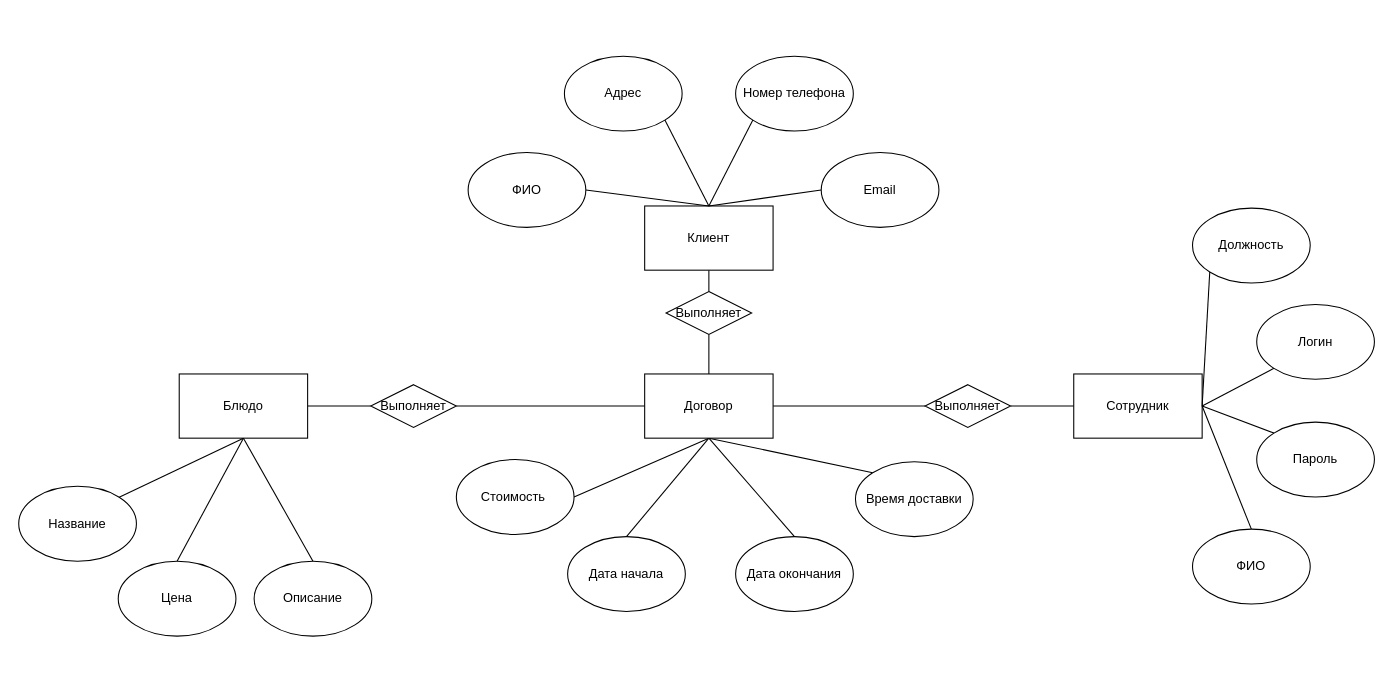
Above: 10/концептуальая модель.drawio in sh141ro-god/vanya (draw.io), before the change. Source tidied: cells renumbered, new cells numbered last; positions are measured from the earlier drawing's top-left corner, leaving out a move shared by most shapes. Both pictures are drawn from the tidied source at 107%, with x=0, y=0 at pixel (18, 56).
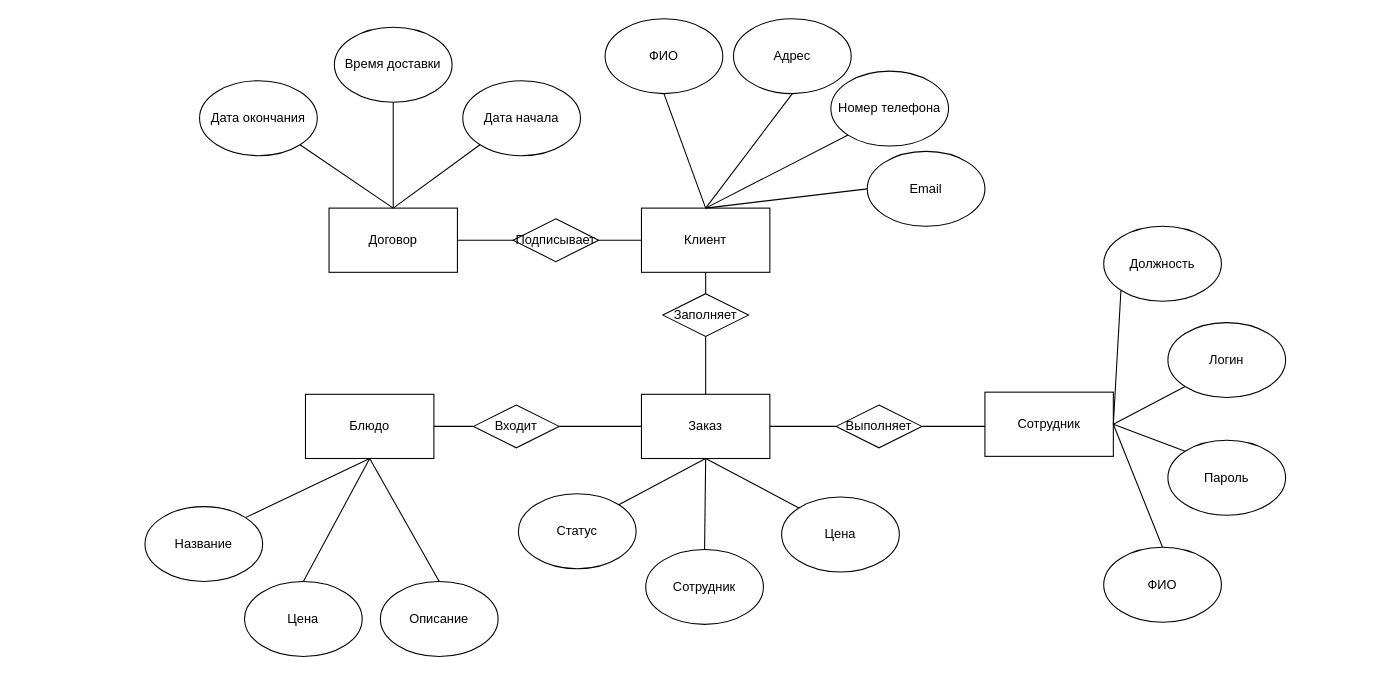
The same page after the edit.

Change to the diagram source:
```diff
@@
+    <mxCell id="45" style="rounded=0;jettySize=auto;html=1;exitX=0.5;exitY=0;exitDx=0;exitDy=0;entryX=0.5;entryY=1;entryDx=0;entryDy=0;endArrow=none;endFill=0;" parent="1" edge="1" source="3" target="7">
+      <mxGeometry relative="1" as="geometry" />
+    </mxCell>
+    <mxCell id="46" style="edgeStyle=orthogonalEdgeStyle;rounded=0;jettySize=auto;html=1;exitX=0;exitY=0.5;exitDx=0;exitDy=0;entryX=1;entryY=0.5;entryDx=0;entryDy=0;endArrow=none;endFill=0;" parent="1" edge="1" source="3" target="61">
+      <mxGeometry relative="1" as="geometry" />
+    </mxCell>
     <mxCell id="3" value="Клиент" style="rounded=0;whiteSpace=wrap;html=1;" parent="1" vertex="1">
-      <mxGeometry x="585" y="140" width="120" height="60" as="geometry" />
+      <mxGeometry x="582" y="142" width="120" height="60" as="geometry" />
     </mxCell>
-    <mxCell id="4" style="rounded=0;jettySize=auto;html=1;exitX=1;exitY=0.5;exitDx=0;exitDy=0;entryX=0.5;entryY=0;entryDx=0;entryDy=0;endArrow=none;endFill=0;" parent="1" edge="1" source="5" target="3">
+    <mxCell id="4" style="rounded=0;jettySize=auto;html=1;exitX=0.5;exitY=1;exitDx=0;exitDy=0;entryX=0.5;entryY=0;entryDx=0;entryDy=0;endArrow=none;endFill=0;" parent="1" edge="1" source="5" target="3">
       <mxGeometry relative="1" as="geometry" />
     </mxCell>
     <mxCell id="5" value="ФИО" style="ellipse;whiteSpace=wrap;html=1;" parent="1" vertex="1">
-      <mxGeometry x="420" y="90" width="110" height="70" as="geometry" />
+      <mxGeometry x="548" y="-35" width="110" height="70" as="geometry" />
     </mxCell>
-    <mxCell id="6" style="rounded=0;jettySize=auto;html=1;exitX=1;exitY=1;exitDx=0;exitDy=0;entryX=0.5;entryY=0;entryDx=0;entryDy=0;endArrow=none;endFill=0;" parent="1" edge="1" source="7" target="3">
-      <mxGeometry relative="1" as="geometry" />
-    </mxCell>
     <mxCell id="7" value="Адрес" style="ellipse;whiteSpace=wrap;html=1;" parent="1" vertex="1">
-      <mxGeometry x="510" width="110" height="70" as="geometry" />
+      <mxGeometry x="668" y="-35" width="110" height="70" as="geometry" />
     </mxCell>
@@
     <mxCell id="9" value="Номер телефона" style="ellipse;whiteSpace=wrap;html=1;" parent="1" vertex="1">
-      <mxGeometry x="670" width="110" height="70" as="geometry" />
+      <mxGeometry x="759" y="14" width="110" height="70" as="geometry" />
     </mxCell>
@@
     <mxCell id="11" value="Email" style="ellipse;whiteSpace=wrap;html=1;" parent="1" vertex="1">
-      <mxGeometry x="750" y="90" width="110" height="70" as="geometry" />
+      <mxGeometry x="793" y="89" width="110" height="70" as="geometry" />
     </mxCell>
     <mxCell id="12" value="Сотрудник" style="rounded=0;whiteSpace=wrap;html=1;" parent="1" vertex="1">
-      <mxGeometry x="986" y="297" width="120" height="60" as="geometry" />
+      <mxGeometry x="903" y="314" width="120" height="60" as="geometry" />
     </mxCell>
@@
     <mxCell id="14" value="ФИО" style="ellipse;whiteSpace=wrap;html=1;" parent="1" vertex="1">
-      <mxGeometry x="1097" y="442" width="110" height="70" as="geometry" />
+      <mxGeometry x="1014" y="459" width="110" height="70" as="geometry" />
     </mxCell>
@@
     <mxCell id="16" value="Пароль" style="ellipse;whiteSpace=wrap;html=1;" parent="1" vertex="1">
-      <mxGeometry x="1157" y="342" width="110" height="70" as="geometry" />
+      <mxGeometry x="1074" y="359" width="110" height="70" as="geometry" />
     </mxCell>
@@
     <mxCell id="18" value="Логин" style="ellipse;whiteSpace=wrap;html=1;" parent="1" vertex="1">
-      <mxGeometry x="1157" y="232" width="110" height="70" as="geometry" />
+      <mxGeometry x="1074" y="249" width="110" height="70" as="geometry" />
     </mxCell>
@@
     <mxCell id="20" value="Должность" style="ellipse;whiteSpace=wrap;html=1;" parent="1" vertex="1">
-      <mxGeometry x="1097" y="142" width="110" height="70" as="geometry" />
+      <mxGeometry x="1014" y="159" width="110" height="70" as="geometry" />
     </mxCell>
@@
     <mxCell id="22" value="Блюдо" style="rounded=0;whiteSpace=wrap;html=1;" parent="1" vertex="1">
-      <mxGeometry x="150" y="297" width="120" height="60" as="geometry" />
+      <mxGeometry x="268" y="316" width="120" height="60" as="geometry" />
     </mxCell>
@@
     <mxCell id="24" value="Название" style="ellipse;whiteSpace=wrap;html=1;" parent="1" vertex="1">
-      <mxGeometry y="402" width="110" height="70" as="geometry" />
+      <mxGeometry x="118" y="421" width="110" height="70" as="geometry" />
     </mxCell>
@@
     <mxCell id="26" value="Цена" style="ellipse;whiteSpace=wrap;html=1;" parent="1" vertex="1">
-      <mxGeometry x="93" y="472" width="110" height="70" as="geometry" />
+      <mxGeometry x="211" y="491" width="110" height="70" as="geometry" />
     </mxCell>
@@
     <mxCell id="28" value="Описание" style="ellipse;whiteSpace=wrap;html=1;" parent="1" vertex="1">
-      <mxGeometry x="220" y="472" width="110" height="70" as="geometry" />
+      <mxGeometry x="338" y="491" width="110" height="70" as="geometry" />
     </mxCell>
-    <mxCell id="29" style="rounded=0;jettySize=auto;html=1;exitX=1;exitY=0.5;exitDx=0;exitDy=0;entryX=0;entryY=0.5;entryDx=0;entryDy=0;endArrow=none;endFill=0;" parent="1" edge="1" source="40" target="12">
-      <mxGeometry relative="1" as="geometry" />
+    <mxCell id="29" style="rounded=0;jettySize=auto;html=1;exitX=1;exitY=0.5;exitDx=0;exitDy=0;entryX=0;entryY=0.5;entryDx=0;entryDy=0;endArrow=none;endFill=0;" parent="1" edge="1" source="40">
+      <mxGeometry relative="1" as="geometry">
+        <mxPoint x="903" y="346" as="targetPoint" />
+      </mxGeometry>
     </mxCell>
-    <mxCell id="30" style="edgeStyle=none;curved=1;rounded=0;jettySize=auto;html=1;exitX=1;exitY=0.5;exitDx=0;exitDy=0;entryX=0;entryY=0.5;entryDx=0;entryDy=0;fontSize=12;startSize=8;endSize=8;endArrow=none;endFill=0;" parent="1" edge="1" source="35" target="40">
-      <mxGeometry relative="1" as="geometry" />
-    </mxCell>
-    <mxCell id="31" style="edgeStyle=none;curved=1;rounded=0;jettySize=auto;html=1;exitX=0.5;exitY=1;exitDx=0;exitDy=0;entryX=1;entryY=0.5;entryDx=0;entryDy=0;fontSize=12;startSize=8;endSize=8;endArrow=none;endFill=0;" parent="1" edge="1" source="35" target="41">
-      <mxGeometry relative="1" as="geometry" />
-    </mxCell>
-    <mxCell id="32" style="edgeStyle=none;curved=1;rounded=0;jettySize=auto;html=1;exitX=0.5;exitY=1;exitDx=0;exitDy=0;entryX=0.5;entryY=0;entryDx=0;entryDy=0;fontSize=12;startSize=8;endSize=8;endArrow=none;endFill=0;" parent="1" edge="1" source="35" target="42">
-      <mxGeometry relative="1" as="geometry" />
-    </mxCell>
-    <mxCell id="33" style="edgeStyle=none;curved=1;rounded=0;jettySize=auto;html=1;exitX=0.5;exitY=1;exitDx=0;exitDy=0;entryX=0.5;entryY=0;entryDx=0;entryDy=0;fontSize=12;startSize=8;endSize=8;endArrow=none;endFill=0;" parent="1" edge="1" source="35" target="43">
-      <mxGeometry relative="1" as="geometry" />
-    </mxCell>
-    <mxCell id="34" style="edgeStyle=none;curved=1;rounded=0;jettySize=auto;html=1;exitX=0.5;exitY=1;exitDx=0;exitDy=0;entryX=0;entryY=0;entryDx=0;entryDy=0;fontSize=12;startSize=8;endSize=8;endArrow=none;endFill=0;" parent="1" edge="1" source="35" target="44">
-      <mxGeometry relative="1" as="geometry" />
-    </mxCell>
     <mxCell id="35" value="Договор" style="rounded=0;whiteSpace=wrap;html=1;" parent="1" vertex="1">
-      <mxGeometry x="585" y="297" width="120" height="60" as="geometry" />
+      <mxGeometry x="290" y="142" width="120" height="60" as="geometry" />
     </mxCell>
-    <mxCell id="36" style="edgeStyle=none;curved=1;rounded=0;jettySize=auto;html=1;exitX=0.5;exitY=1;exitDx=0;exitDy=0;entryX=0.5;entryY=0;entryDx=0;entryDy=0;fontSize=12;startSize=8;endSize=8;endArrow=none;endFill=0;" parent="1" edge="1" source="37" target="35">
-      <mxGeometry relative="1" as="geometry" />
-    </mxCell>
+    <mxCell id="47" style="rounded=0;jettySize=auto;html=1;exitX=0.5;exitY=1;exitDx=0;exitDy=0;entryX=0.5;entryY=0;entryDx=0;entryDy=0;endArrow=none;endFill=0;" parent="1" edge="1" source="37" target="56">
+      <mxGeometry relative="1" as="geometry" />
+    </mxCell>
-    <mxCell id="37" value="Выполняет" style="rhombus;whiteSpace=wrap;html=1;" parent="1" vertex="1">
-      <mxGeometry x="605" y="220" width="80" height="40" as="geometry" />
+    <mxCell id="37" value="Заполняет" style="rhombus;whiteSpace=wrap;html=1;" parent="1" vertex="1">
+      <mxGeometry x="602" y="222" width="80" height="40" as="geometry" />
     </mxCell>
-    <mxCell id="38" style="edgeStyle=none;curved=1;rounded=0;jettySize=auto;html=1;exitX=1;exitY=0.5;exitDx=0;exitDy=0;entryX=0;entryY=0.5;entryDx=0;entryDy=0;fontSize=12;startSize=8;endSize=8;endArrow=none;endFill=0;" parent="1" edge="1" source="39" target="35">
-      <mxGeometry relative="1" as="geometry" />
-    </mxCell>
+    <mxCell id="48" style="edgeStyle=orthogonalEdgeStyle;rounded=0;jettySize=auto;html=1;exitX=1;exitY=0.5;exitDx=0;exitDy=0;entryX=0;entryY=0.5;entryDx=0;entryDy=0;endArrow=none;endFill=0;" parent="1" edge="1" source="39" target="56">
+      <mxGeometry relative="1" as="geometry" />
+    </mxCell>
-    <mxCell id="39" value="Выполняет" style="rhombus;whiteSpace=wrap;html=1;" parent="1" vertex="1">
-      <mxGeometry x="329" y="307" width="80" height="40" as="geometry" />
+    <mxCell id="39" value="Входит" style="rhombus;whiteSpace=wrap;html=1;" parent="1" vertex="1">
+      <mxGeometry x="425" y="326" width="80" height="40" as="geometry" />
     </mxCell>
     <mxCell id="40" value="Выполняет" style="rhombus;whiteSpace=wrap;html=1;" parent="1" vertex="1">
-      <mxGeometry x="847" y="307" width="80" height="40" as="geometry" />
+      <mxGeometry x="764" y="326" width="80" height="40" as="geometry" />
     </mxCell>
-    <mxCell id="41" value="Стоимость&amp;nbsp;" style="ellipse;whiteSpace=wrap;html=1;" parent="1" vertex="1">
-      <mxGeometry x="409" y="377" width="110" height="70" as="geometry" />
-    </mxCell>
+    <mxCell id="49" style="rounded=0;jettySize=auto;html=1;exitX=0;exitY=1;exitDx=0;exitDy=0;entryX=0.5;entryY=0;entryDx=0;entryDy=0;endArrow=none;endFill=0;" parent="1" edge="1" source="42" target="35">
+      <mxGeometry relative="1" as="geometry" />
+    </mxCell>
     <mxCell id="42" value="Дата начала" style="ellipse;whiteSpace=wrap;html=1;" parent="1" vertex="1">
-      <mxGeometry x="513" y="449" width="110" height="70" as="geometry" />
+      <mxGeometry x="415" y="23" width="110" height="70" as="geometry" />
     </mxCell>
+    <mxCell id="50" style="rounded=0;jettySize=auto;html=1;exitX=1;exitY=1;exitDx=0;exitDy=0;entryX=0.5;entryY=0;entryDx=0;entryDy=0;endArrow=none;endFill=0;" parent="1" edge="1" source="43" target="35">
+      <mxGeometry relative="1" as="geometry" />
+    </mxCell>
     <mxCell id="43" value="Дата окончания" style="ellipse;whiteSpace=wrap;html=1;" parent="1" vertex="1">
-      <mxGeometry x="670" y="449" width="110" height="70" as="geometry" />
+      <mxGeometry x="169" y="23" width="110" height="70" as="geometry" />
     </mxCell>
+    <mxCell id="51" style="rounded=0;jettySize=auto;html=1;exitX=0.5;exitY=1;exitDx=0;exitDy=0;entryX=0.5;entryY=0;entryDx=0;entryDy=0;endArrow=none;endFill=0;" parent="1" edge="1" source="44" target="35">
+      <mxGeometry relative="1" as="geometry" />
+    </mxCell>
     <mxCell id="44" value="Время доставки" style="ellipse;whiteSpace=wrap;html=1;" parent="1" vertex="1">
-      <mxGeometry x="782" y="379" width="110" height="70" as="geometry" />
+      <mxGeometry x="295" y="-27" width="110" height="70" as="geometry" />
     </mxCell>
+    <mxCell id="52" style="rounded=0;jettySize=auto;html=1;exitX=0.5;exitY=1;exitDx=0;exitDy=0;entryX=0.5;entryY=0;entryDx=0;entryDy=0;endArrow=none;endFill=0;" parent="1" edge="1" source="56" target="58">
+      <mxGeometry relative="1" as="geometry" />
+    </mxCell>
+    <mxCell id="53" style="rounded=0;jettySize=auto;html=1;exitX=0.5;exitY=1;exitDx=0;exitDy=0;entryX=1;entryY=0;entryDx=0;entryDy=0;endArrow=none;endFill=0;" parent="1" edge="1" source="56" target="57">
+      <mxGeometry relative="1" as="geometry" />
+    </mxCell>
+    <mxCell id="54" style="rounded=0;jettySize=auto;html=1;exitX=0.5;exitY=1;exitDx=0;exitDy=0;entryX=0;entryY=0;entryDx=0;entryDy=0;endArrow=none;endFill=0;" parent="1" edge="1" source="56" target="59">
+      <mxGeometry relative="1" as="geometry" />
+    </mxCell>
+    <mxCell id="55" style="rounded=0;jettySize=auto;html=1;exitX=1;exitY=0.5;exitDx=0;exitDy=0;entryX=0;entryY=0.5;entryDx=0;entryDy=0;endArrow=none;endFill=0;" parent="1" edge="1" source="56" target="40">
+      <mxGeometry relative="1" as="geometry" />
+    </mxCell>
+    <mxCell id="56" value="Заказ" style="rounded=0;whiteSpace=wrap;html=1;" parent="1" vertex="1">
+      <mxGeometry x="582" y="316" width="120" height="60" as="geometry" />
+    </mxCell>
+    <mxCell id="57" value="Статус" style="ellipse;whiteSpace=wrap;html=1;" parent="1" vertex="1">
+      <mxGeometry x="467" y="409" width="110" height="70" as="geometry" />
+    </mxCell>
+    <mxCell id="58" value="Сотрудник" style="ellipse;whiteSpace=wrap;html=1;" parent="1" vertex="1">
+      <mxGeometry x="586" y="461" width="110" height="70" as="geometry" />
+    </mxCell>
+    <mxCell id="59" value="Цена" style="ellipse;whiteSpace=wrap;html=1;" parent="1" vertex="1">
+      <mxGeometry x="713" y="412" width="110" height="70" as="geometry" />
+    </mxCell>
+    <mxCell id="60" style="edgeStyle=orthogonalEdgeStyle;rounded=0;jettySize=auto;html=1;exitX=0;exitY=0.5;exitDx=0;exitDy=0;entryX=1;entryY=0.5;entryDx=0;entryDy=0;endArrow=none;endFill=0;" parent="1" edge="1" source="61" target="35">
+      <mxGeometry relative="1" as="geometry" />
+    </mxCell>
+    <mxCell id="61" value="Подписывает" style="rhombus;whiteSpace=wrap;html=1;" parent="1" vertex="1">
+      <mxGeometry x="462" y="152" width="80" height="40" as="geometry" />
+    </mxCell>
```
